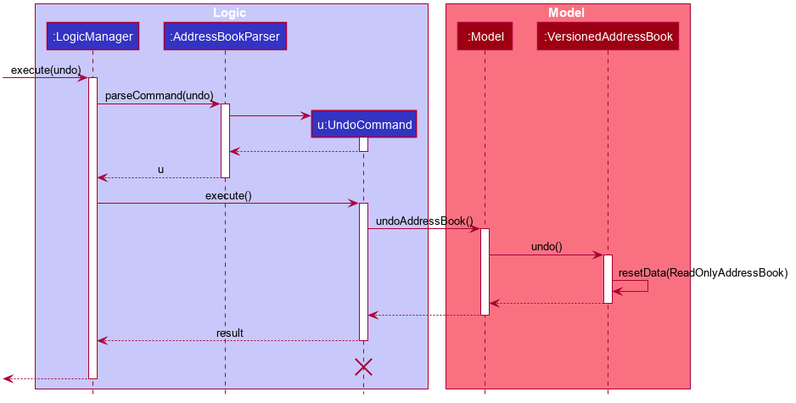
Above: docs/images/UndoSequenceDiagram.png in nus-cs2103-AY1920S1/addressbook-level3 (PlantUML), before the change.
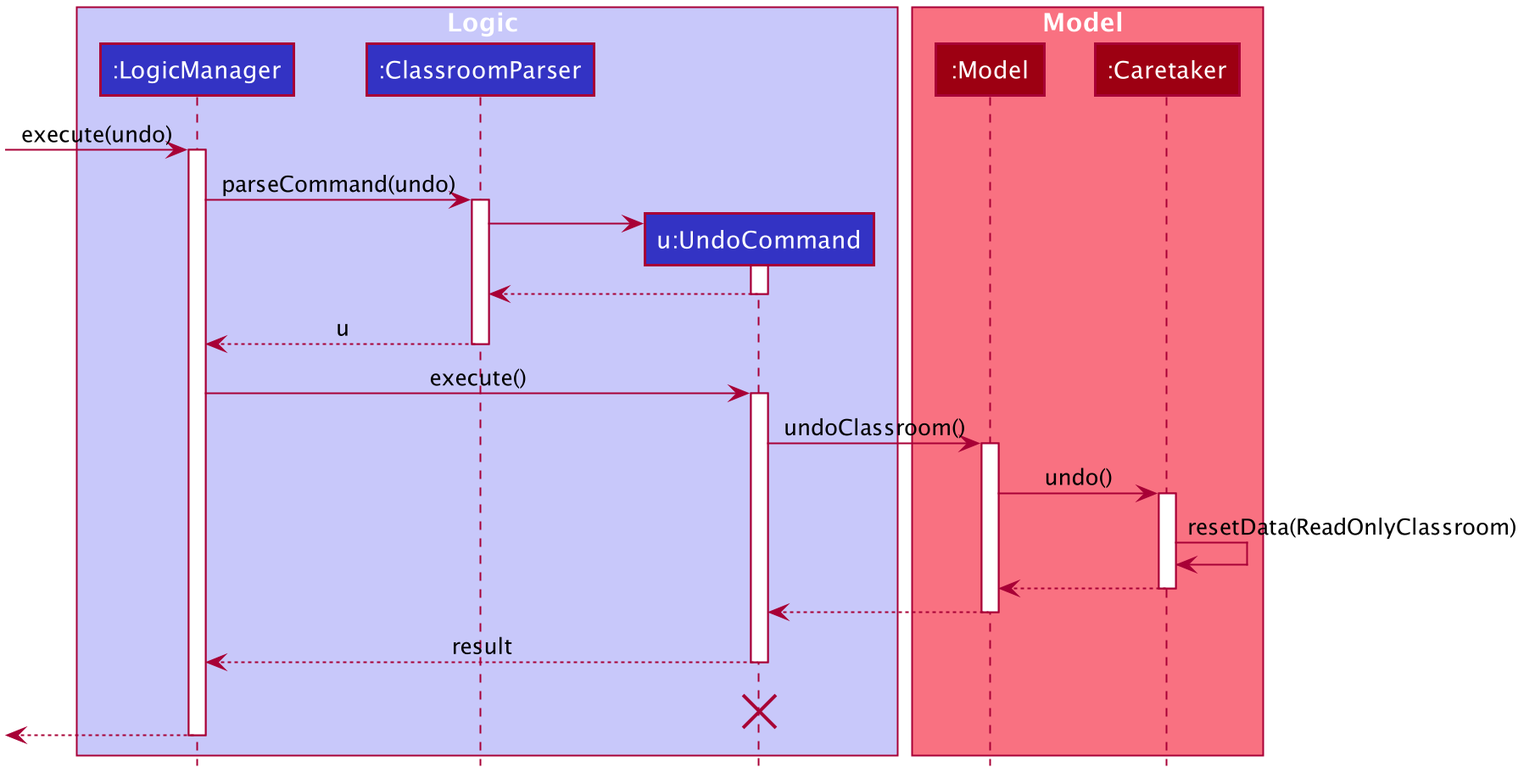
After the commit.

Change to the diagram source:
```diff
@@ -50,42 +50,42 @@
 
 box Logic #C8C8FA
 participant ":LogicManager" as LogicManager #3333C4
-participant ":AddressBookParser" as AddressBookParser #3333C4
+participant ":ClassroomParser" as ClassroomParser #3333C4
 participant "u:UndoCommand" as UndoCommand #3333C4
 end box
 
 box Model #F97181
 participant ":Model" as Model #9D0012
-participant ":VersionedAddressBook" as VersionedAddressBook #9D0012
+participant ":Caretaker" as Caretaker #9D0012
 end box
 [-> LogicManager : execute(undo)
 activate LogicManager
 
-LogicManager -> AddressBookParser : parseCommand(undo)
-activate AddressBookParser
+LogicManager -> ClassroomParser : parseCommand(undo)
+activate ClassroomParser
 
 create UndoCommand
-AddressBookParser -> UndoCommand
+ClassroomParser -> UndoCommand
 activate UndoCommand
 
-UndoCommand --> AddressBookParser
+UndoCommand --> ClassroomParser
 deactivate UndoCommand
 
-AddressBookParser --> LogicManager : u
-deactivate AddressBookParser
+ClassroomParser --> LogicManager : u
+deactivate ClassroomParser
 
 LogicManager -> UndoCommand : execute()
 activate UndoCommand
 
-UndoCommand -> Model : undoAddressBook()
+UndoCommand -> Model : undoClassroom()
 activate Model
 
-Model -> VersionedAddressBook : undo()
-activate VersionedAddressBook
+Model -> Caretaker : undo()
+activate Caretaker
 
-VersionedAddressBook -> VersionedAddressBook :resetData(ReadOnlyAddressBook)
-VersionedAddressBook --> Model :
-deactivate VersionedAddressBook
+Caretaker -> Caretaker :resetData(ReadOnlyClassroom)
+Caretaker --> Model :
+deactivate Caretaker
 
 Model --> UndoCommand
 deactivate Model
```
